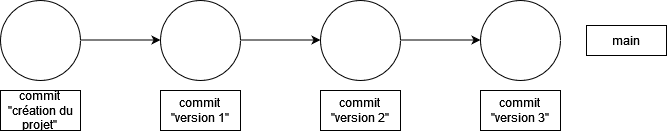
Before: images/git-commit.png, a diagram exported from draw.io (julienchamelot/MonPremierProjet). Source tidied: cells renumbered, new cells last; positions are measured from the earlier drawing's top-left corner, leaving out a move shared by most shapes. The source it was exported from:
```xml
<mxGraphModel>
  <root>
    <mxCell id="0" />
    <mxCell id="1" parent="0" />
    <mxCell id="2" style="ellipse;whiteSpace=wrap;html=1;" parent="1" vertex="1">
      <mxGeometry width="80" height="80" as="geometry" />
    </mxCell>
    <mxCell id="3" style="endArrow=classic;html=1;rounded=0;" parent="1" edge="1">
      <mxGeometry relative="1" as="geometry">
        <mxPoint x="80" y="39.5" as="sourcePoint" />
        <mxPoint x="160" y="39.5" as="targetPoint" />
      </mxGeometry>
    </mxCell>
    <mxCell id="4" value="&lt;div&gt;commit &lt;br&gt;&lt;/div&gt;&lt;div&gt;&quot;création du projet&quot;&lt;br&gt;&lt;/div&gt;" style="rounded=0;whiteSpace=wrap;html=1;" parent="1" vertex="1">
      <mxGeometry y="90" width="80" height="40" as="geometry" />
    </mxCell>
    <mxCell id="5" style="ellipse;whiteSpace=wrap;html=1;" parent="1" vertex="1">
      <mxGeometry x="160" width="80" height="80" as="geometry" />
    </mxCell>
    <mxCell id="6" value="&lt;div&gt;commit &lt;br&gt;&lt;/div&gt;&lt;div&gt;&quot;version 1&quot;&lt;br&gt;&lt;/div&gt;" style="rounded=0;whiteSpace=wrap;html=1;" parent="1" vertex="1">
      <mxGeometry x="160" y="90" width="80" height="40" as="geometry" />
    </mxCell>
    <mxCell id="7" style="endArrow=classic;html=1;rounded=0;" parent="1" edge="1">
      <mxGeometry relative="1" as="geometry">
        <mxPoint x="240" y="39.5" as="sourcePoint" />
        <mxPoint x="320" y="39.5" as="targetPoint" />
      </mxGeometry>
    </mxCell>
    <mxCell id="8" style="ellipse;whiteSpace=wrap;html=1;" parent="1" vertex="1">
      <mxGeometry x="320" width="80" height="80" as="geometry" />
    </mxCell>
    <mxCell id="9" value="&lt;div&gt;commit &lt;br&gt;&lt;/div&gt;&lt;div&gt;&quot;version 2&quot;&lt;br&gt;&lt;/div&gt;" style="rounded=0;whiteSpace=wrap;html=1;" parent="1" vertex="1">
      <mxGeometry x="320" y="90" width="80" height="40" as="geometry" />
    </mxCell>
    <mxCell id="10" style="endArrow=classic;html=1;rounded=0;" parent="1" edge="1">
      <mxGeometry relative="1" as="geometry">
        <mxPoint x="400" y="39.5" as="sourcePoint" />
        <mxPoint x="480" y="39.5" as="targetPoint" />
      </mxGeometry>
    </mxCell>
    <mxCell id="11" style="ellipse;whiteSpace=wrap;html=1;" parent="1" vertex="1">
      <mxGeometry x="480" width="80" height="80" as="geometry" />
    </mxCell>
    <mxCell id="12" value="&lt;div&gt;commit &lt;br&gt;&lt;/div&gt;&lt;div&gt;&quot;version 3&quot;&lt;br&gt;&lt;/div&gt;" style="rounded=0;whiteSpace=wrap;html=1;" parent="1" vertex="1">
      <mxGeometry x="480" y="90" width="80" height="40" as="geometry" />
    </mxCell>
    <mxCell id="13" value="main" style="rounded=0;whiteSpace=wrap;html=1;" parent="1" vertex="1">
      <mxGeometry x="586" y="25" width="80" height="30" as="geometry" />
    </mxCell>
  </root>
</mxGraphModel>
```
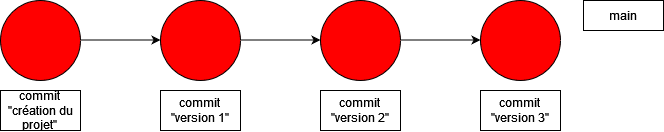
Above is the later version.

What changed in the source:
```diff
@@ -2,7 +2,7 @@
   <root>
     <mxCell id="0" />
     <mxCell id="1" parent="0" />
-    <mxCell id="2" style="ellipse;whiteSpace=wrap;html=1;" parent="1" vertex="1">
+    <mxCell id="2" style="ellipse;whiteSpace=wrap;html=1;fillColor=#ff0000;" parent="1" vertex="1">
       <mxGeometry width="80" height="80" as="geometry" />
     </mxCell>
     <mxCell id="3" style="endArrow=classic;html=1;rounded=0;" parent="1" edge="1">
@@ -14,7 +14,7 @@
     <mxCell id="4" value="&lt;div&gt;commit &lt;br&gt;&lt;/div&gt;&lt;div&gt;&quot;création du projet&quot;&lt;br&gt;&lt;/div&gt;" style="rounded=0;whiteSpace=wrap;html=1;" parent="1" vertex="1">
       <mxGeometry y="90" width="80" height="40" as="geometry" />
     </mxCell>
-    <mxCell id="5" style="ellipse;whiteSpace=wrap;html=1;" parent="1" vertex="1">
+    <mxCell id="5" style="ellipse;whiteSpace=wrap;html=1;fillColor=#ff0000;" parent="1" vertex="1">
       <mxGeometry x="160" width="80" height="80" as="geometry" />
     </mxCell>
     <mxCell id="6" value="&lt;div&gt;commit &lt;br&gt;&lt;/div&gt;&lt;div&gt;&quot;version 1&quot;&lt;br&gt;&lt;/div&gt;" style="rounded=0;whiteSpace=wrap;html=1;" parent="1" vertex="1">
@@ -26,7 +26,7 @@
         <mxPoint x="320" y="39.5" as="targetPoint" />
       </mxGeometry>
     </mxCell>
-    <mxCell id="8" style="ellipse;whiteSpace=wrap;html=1;" parent="1" vertex="1">
+    <mxCell id="8" style="ellipse;whiteSpace=wrap;html=1;fillColor=#ff0000;" parent="1" vertex="1">
       <mxGeometry x="320" width="80" height="80" as="geometry" />
     </mxCell>
     <mxCell id="9" value="&lt;div&gt;commit &lt;br&gt;&lt;/div&gt;&lt;div&gt;&quot;version 2&quot;&lt;br&gt;&lt;/div&gt;" style="rounded=0;whiteSpace=wrap;html=1;" parent="1" vertex="1">
@@ -38,14 +38,14 @@
         <mxPoint x="480" y="39.5" as="targetPoint" />
       </mxGeometry>
     </mxCell>
-    <mxCell id="11" style="ellipse;whiteSpace=wrap;html=1;" parent="1" vertex="1">
+    <mxCell id="11" style="ellipse;whiteSpace=wrap;html=1;fillColor=#ff0000;" parent="1" vertex="1">
       <mxGeometry x="480" width="80" height="80" as="geometry" />
     </mxCell>
     <mxCell id="12" value="&lt;div&gt;commit &lt;br&gt;&lt;/div&gt;&lt;div&gt;&quot;version 3&quot;&lt;br&gt;&lt;/div&gt;" style="rounded=0;whiteSpace=wrap;html=1;" parent="1" vertex="1">
       <mxGeometry x="480" y="90" width="80" height="40" as="geometry" />
     </mxCell>
     <mxCell id="13" value="main" style="rounded=0;whiteSpace=wrap;html=1;" parent="1" vertex="1">
-      <mxGeometry x="586" y="25" width="80" height="30" as="geometry" />
+      <mxGeometry x="583" width="80" height="30" as="geometry" />
     </mxCell>
   </root>
 </mxGraphModel>
```
